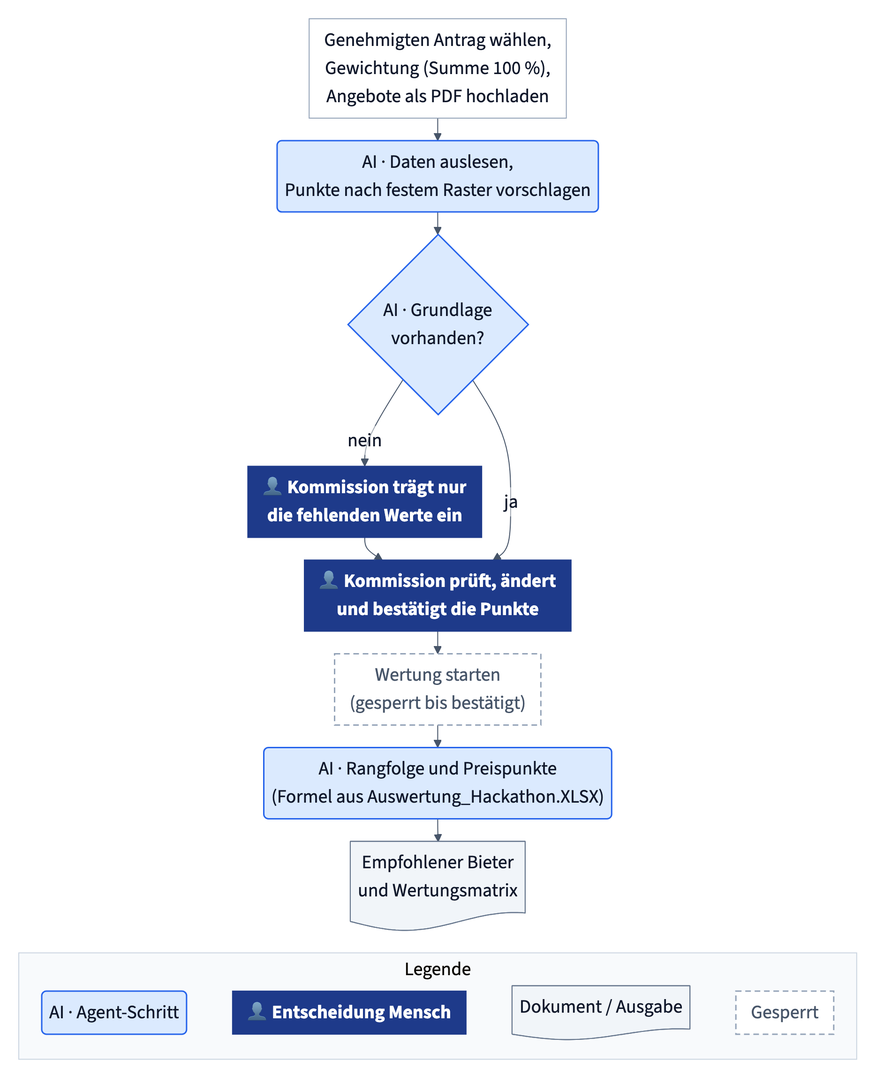
Before: docs/manual/diagrams/3_bid_evaluation_de.png, a diagram exported from Mermaid (Phyo1718/Hackathon). Its source is kept beside it as docs/manual/diagrams/3_bid_evaluation_de.mmd.
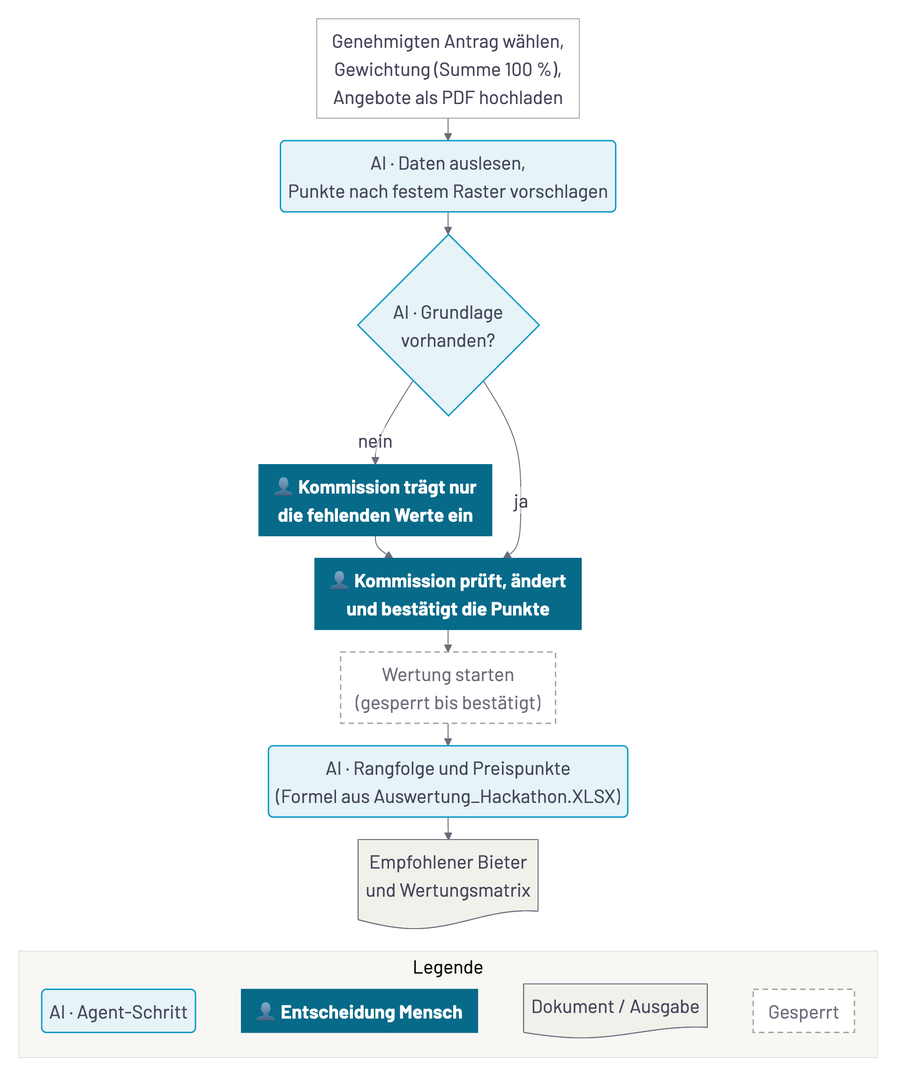
The same diagram one commit later.

Change to the diagram source:
```diff
@@ -1,9 +1,9 @@
 flowchart TB
-  classDef agent fill:#DBEAFE,stroke:#2563EB,stroke-width:1.5px,color:#0F172A
-  classDef human fill:#1E3A8A,stroke:#1E3A8A,color:#FFFFFF,font-weight:bold
-  classDef doc fill:#F1F5F9,stroke:#64748B,color:#0F172A
-  classDef locked fill:#FFFFFF,stroke:#94A3B8,stroke-width:1.5px,stroke-dasharray:6 4,color:#475569
-  classDef step fill:#FFFFFF,stroke:#94A3B8,color:#0F172A
+  classDef agent fill:#E6F3F7,stroke:#0B99C4,stroke-width:1.5px,color:#45465A
+  classDef human fill:#076A89,stroke:#076A89,color:#FFFFFF,font-weight:bold
+  classDef doc fill:#F2F0EB,stroke:#6B6C7A,color:#45465A
+  classDef locked fill:#FFFFFF,stroke:#A9A69E,stroke-width:1.5px,stroke-dasharray:6 4,color:#6B6C7A
+  classDef step fill:#FFFFFF,stroke:#A9A69E,color:#45465A
 
   S1["Genehmigten Antrag wählen,<br/>Gewichtung (Summe 100 %),<br/>Angebote als PDF hochladen"]:::step
   A1("AI · Daten auslesen,<br/>Punkte nach festem Raster vorschlagen"):::agent
```
